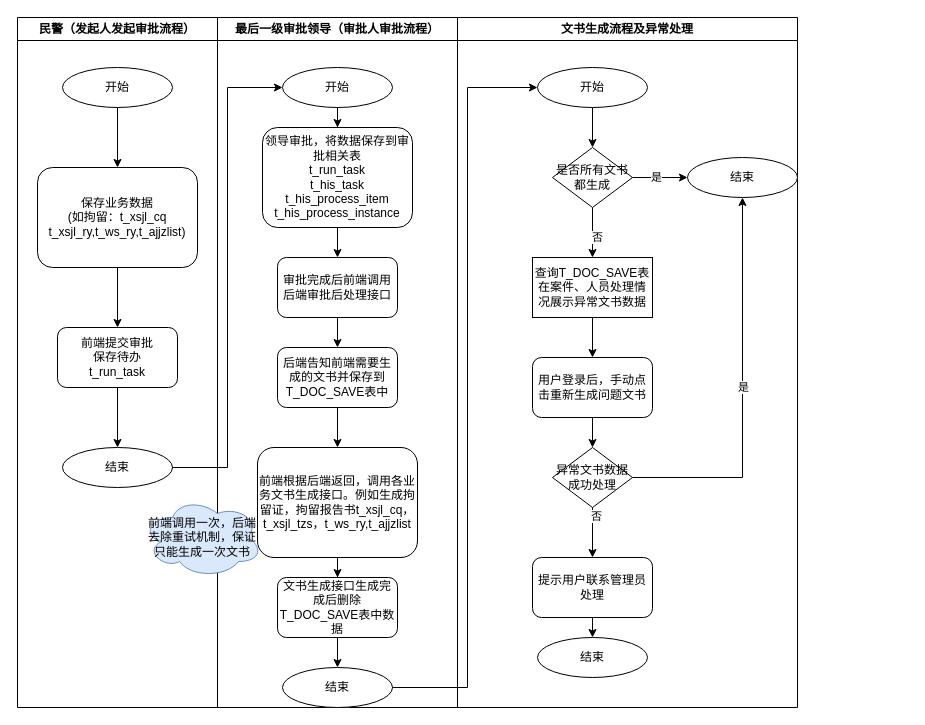
The draw.io diagram 审批流程3.0.drawio in redtomatoL/design, before the edit. Source tidied: cells renumbered, new cells numbered last; positions are measured from the earlier drawing's top-left corner, leaving out a move shared by most shapes. Both pictures are drawn from the tidied source at 100%, with x=0, y=0 at pixel (17, 17).
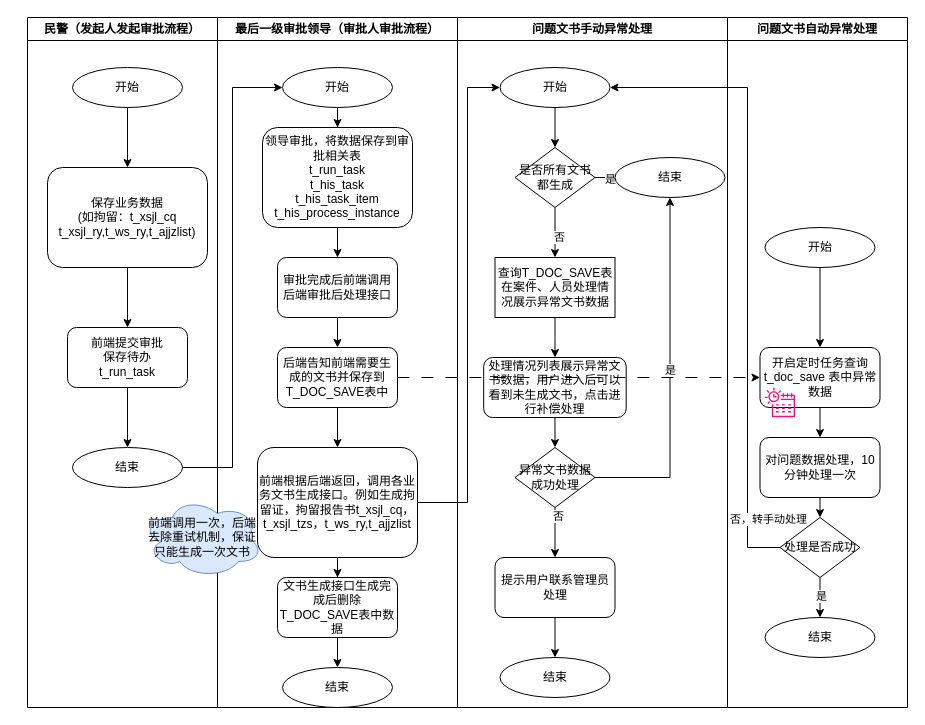
The same page after the edit.

Commit message:
更新审批流程3.0.drawio

Unchanged cells that the change refers to:
```xml
<mxCell id="6" value="保存业务数据&lt;br&gt;(如拘留：t_xsjl_cq&lt;br&gt;&lt;span style=&quot;background-color: initial;&quot;&gt;t_xsjl_ry,t_ws_ry,t_ajjzlist&lt;/span&gt;)" style="rounded=1;whiteSpace=wrap;html=1;" parent="4" vertex="1">
  <mxGeometry x="20" y="150" width="160" height="100" as="geometry" />
</mxCell>
<mxCell id="10" value="最后一级审批领导（审批人审批流程）" style="swimlane;whiteSpace=wrap;html=1;" parent="1" vertex="1">
  <mxGeometry x="200" width="240" height="690" as="geometry" />
</mxCell>
<mxCell id="16" value="后端告知前端需要生成的文书并保存到T_DOC_SAVE表中" style="whiteSpace=wrap;html=1;rounded=1;" parent="10" vertex="1">
  <mxGeometry x="60" y="330" width="120" height="60" as="geometry" />
</mxCell>
<mxCell id="18" value="前端根据后端返回，调用各业务文书生成接口。例如生成拘留证，拘留报告书t_xsjl_cq，&lt;br&gt;t_xsjl_tzs，t_ws_ry,t_ajjzlist" style="whiteSpace=wrap;html=1;rounded=1;" parent="10" vertex="1">
  <mxGeometry x="40" y="430" width="160" height="110" as="geometry" />
</mxCell>
<mxCell id="22" value="结束" style="ellipse;whiteSpace=wrap;html=1;" parent="10" vertex="1">
  <mxGeometry x="65" y="650" width="110" height="40" as="geometry" />
</mxCell>
```

Change to the diagram source:
```diff
@@
-    <mxCell id="2" style="edgeStyle=orthogonalEdgeStyle;rounded=0;jettySize=auto;html=1;" parent="1" edge="1" source="3" target="6">
-      <mxGeometry relative="1" as="geometry" />
-    </mxCell>
-    <mxCell id="3" value="开始" style="ellipse;whiteSpace=wrap;html=1;" parent="1" vertex="1">
-      <mxGeometry x="45" y="50" width="110" height="40" as="geometry" />
-    </mxCell>
     <mxCell id="4" value="民警（发起人发起审批流程）" style="swimlane;whiteSpace=wrap;html=1;" parent="1" vertex="1">
-      <mxGeometry width="200" height="690" as="geometry" />
+      <mxGeometry x="10" width="190" height="690" as="geometry" />
     </mxCell>
@@
+    <mxCell id="3" value="开始" style="ellipse;whiteSpace=wrap;html=1;" parent="4" vertex="1">
+      <mxGeometry x="45" y="50" width="110" height="40" as="geometry" />
+    </mxCell>
+    <mxCell id="2" style="edgeStyle=orthogonalEdgeStyle;rounded=0;jettySize=auto;html=1;" parent="4" edge="1" source="3" target="6">
+      <mxGeometry relative="1" as="geometry" />
+    </mxCell>
@@
-    <mxCell id="13" value="领导审批，将数据保存到审批相关表&lt;br&gt;&lt;div&gt;t_run_task&lt;/div&gt;&lt;div&gt;t_his_task&lt;/div&gt;&lt;div&gt;t_his_process_item&lt;/div&gt;&lt;div&gt;t_his_process_instance&lt;/div&gt;" style="whiteSpace=wrap;html=1;rounded=1;" parent="10" vertex="1">
+    <mxCell id="13" value="领导审批，将数据保存到审批相关表&lt;br&gt;&lt;div&gt;t_run_task&lt;/div&gt;&lt;div&gt;t_his_task&lt;/div&gt;&lt;div&gt;t_his_task_item&lt;/div&gt;&lt;div&gt;t_his_process_instance&lt;/div&gt;" style="whiteSpace=wrap;html=1;rounded=1;" parent="10" vertex="1">
       <mxGeometry x="45" y="110" width="150" height="100" as="geometry" />
     </mxCell>
@@
-    <mxCell id="26" value="文书生成流程及异常处理" style="swimlane;whiteSpace=wrap;html=1;" parent="1" vertex="1">
-      <mxGeometry x="440" width="340" height="690" as="geometry" />
+    <mxCell id="26" value="问题文书手动异常处理" style="swimlane;whiteSpace=wrap;html=1;" parent="1" vertex="1">
+      <mxGeometry x="440" width="270" height="690" as="geometry" />
     </mxCell>
@@
     <mxCell id="28" value="开始" style="ellipse;whiteSpace=wrap;html=1;" parent="26" vertex="1">
-      <mxGeometry x="80" y="50" width="110" height="40" as="geometry" />
+      <mxGeometry x="42.5" y="50" width="110" height="40" as="geometry" />
     </mxCell>
@@
     <mxCell id="33" value="是否所有文书都生成" style="rhombus;whiteSpace=wrap;html=1;" parent="26" vertex="1">
-      <mxGeometry x="95" y="130" width="80" height="60" as="geometry" />
+      <mxGeometry x="57.5" y="130" width="80" height="60" as="geometry" />
     </mxCell>
     <mxCell id="34" value="结束" style="ellipse;whiteSpace=wrap;html=1;" parent="26" vertex="1">
-      <mxGeometry x="230" y="140" width="110" height="40" as="geometry" />
+      <mxGeometry x="157.5" y="140" width="110" height="40" as="geometry" />
     </mxCell>
@@
     <mxCell id="36" value="查询T_DOC_SAVE表在案件、人员处理情况展示异常文书数据" style="whiteSpace=wrap;html=1;" parent="26" vertex="1">
-      <mxGeometry x="75" y="240" width="120" height="60" as="geometry" />
+      <mxGeometry x="37.5" y="240" width="120" height="60" as="geometry" />
     </mxCell>
@@
-    <mxCell id="38" value="用户登录后，手动点击重新生成问题文书" style="rounded=1;whiteSpace=wrap;html=1;" parent="26" vertex="1">
-      <mxGeometry x="75" y="340" width="120" height="60" as="geometry" />
+    <mxCell id="38" value="处理情况列表展示异常文书数据，用户进入后可以看到未生成文书，点击进行补偿处理" style="rounded=1;whiteSpace=wrap;html=1;" parent="26" vertex="1">
+      <mxGeometry x="26.2" y="340" width="142.5" height="60" as="geometry" />
     </mxCell>
@@
     <mxCell id="43" value="异常文书数据成功处理" style="rhombus;whiteSpace=wrap;html=1;" parent="26" vertex="1">
-      <mxGeometry x="95" y="430" width="80" height="60" as="geometry" />
+      <mxGeometry x="57.5" y="430" width="80" height="60" as="geometry" />
     </mxCell>
@@
     <mxCell id="45" value="提示用户联系管理员处理" style="rounded=1;whiteSpace=wrap;html=1;" parent="26" vertex="1">
-      <mxGeometry x="75" y="540" width="120" height="60" as="geometry" />
+      <mxGeometry x="37.5" y="540" width="120" height="60" as="geometry" />
     </mxCell>
     <mxCell id="46" value="结束" style="ellipse;whiteSpace=wrap;html=1;" parent="26" vertex="1">
-      <mxGeometry x="80" y="620" width="110" height="40" as="geometry" />
+      <mxGeometry x="42.5" y="640" width="110" height="40" as="geometry" />
     </mxCell>
-    <mxCell id="47" style="edgeStyle=orthogonalEdgeStyle;rounded=0;jettySize=auto;html=1;exitX=1;exitY=0.5;exitDx=0;exitDy=0;entryX=0;entryY=0.5;entryDx=0;entryDy=0;" parent="1" edge="1" source="22" target="28">
-      <mxGeometry relative="1" as="geometry">
-        <Array as="points">
-          <mxPoint x="450" y="670" />
-          <mxPoint x="450" y="70" />
-        </Array>
-      </mxGeometry>
-    </mxCell>
+    <mxCell id="48" style="edgeStyle=orthogonalEdgeStyle;rounded=0;jettySize=auto;html=1;exitX=1;exitY=0.5;exitDx=0;exitDy=0;entryX=0;entryY=0.5;entryDx=0;entryDy=0;" parent="1" edge="1" source="18" target="28">
+      <mxGeometry relative="1" as="geometry">
+        <Array as="points">
+          <mxPoint x="450" y="485" />
+          <mxPoint x="450" y="70" />
+        </Array>
+      </mxGeometry>
+    </mxCell>
+    <mxCell id="49" value="问题文书自动异常处理" style="swimlane;whiteSpace=wrap;html=1;" parent="1" vertex="1">
+      <mxGeometry x="710" width="180" height="690" as="geometry" />
+    </mxCell>
+    <mxCell id="50" style="edgeStyle=orthogonalEdgeStyle;rounded=0;jettySize=auto;html=1;exitX=0.5;exitY=1;exitDx=0;exitDy=0;" parent="49" edge="1" source="51" target="54">
+      <mxGeometry relative="1" as="geometry" />
+    </mxCell>
+    <mxCell id="51" value="开始" style="ellipse;whiteSpace=wrap;html=1;" parent="49" vertex="1">
+      <mxGeometry x="37.5" y="210" width="110" height="40" as="geometry" />
+    </mxCell>
+    <mxCell id="52" value="结束" style="ellipse;whiteSpace=wrap;html=1;" parent="49" vertex="1">
+      <mxGeometry x="37.5" y="600" width="110" height="40" as="geometry" />
+    </mxCell>
+    <mxCell id="53" style="edgeStyle=orthogonalEdgeStyle;rounded=0;jettySize=auto;html=1;exitX=0.5;exitY=1;exitDx=0;exitDy=0;entryX=0.5;entryY=0;entryDx=0;entryDy=0;" parent="49" edge="1" source="54" target="57">
+      <mxGeometry relative="1" as="geometry" />
+    </mxCell>
+    <mxCell id="54" value="开启定时任务查询t_doc_save 表中异常数据" style="whiteSpace=wrap;html=1;rounded=1;" parent="49" vertex="1">
+      <mxGeometry x="32.5" y="330" width="120" height="60" as="geometry" />
+    </mxCell>
+    <mxCell id="55" style="edgeStyle=orthogonalEdgeStyle;rounded=0;jettySize=auto;html=1;exitX=0.5;exitY=1;exitDx=0;exitDy=0;entryX=0.5;entryY=0;entryDx=0;entryDy=0;" parent="49" edge="1" source="59" target="52">
+      <mxGeometry relative="1" as="geometry" />
+    </mxCell>
+    <mxCell id="56" value="是" style="edgeLabel;html=1;align=center;verticalAlign=middle;" parent="55" vertex="1">
+      <mxGeometry x="-0.1" y="1" relative="1" as="geometry" />
+    </mxCell>
+    <mxCell id="57" value="对问题数据处理，10分钟处理一次" style="whiteSpace=wrap;html=1;rounded=1;" parent="49" vertex="1">
+      <mxGeometry x="32.5" y="420" width="120" height="60" as="geometry" />
+    </mxCell>
+    <mxCell id="58" style="sketch=0;fontColor=#232F3E;gradientColor=none;fillColor=#E7157B;strokeColor=none;dashed=0;verticalLabelPosition=bottom;verticalAlign=top;align=center;html=1;fontSize=12;fontStyle=0;shape=mxgraph.aws4.eventbridge_scheduler;" parent="49" vertex="1">
+      <mxGeometry x="37.5" y="370" width="30" height="30" as="geometry" />
+    </mxCell>
+    <mxCell id="59" value="处理是否成功" style="rhombus;whiteSpace=wrap;html=1;" parent="49" vertex="1">
+      <mxGeometry x="52.5" y="500" width="80" height="60" as="geometry" />
+    </mxCell>
+    <mxCell id="60" style="edgeStyle=orthogonalEdgeStyle;rounded=0;jettySize=auto;html=1;exitX=0.5;exitY=1;exitDx=0;exitDy=0;entryX=0.5;entryY=0;entryDx=0;entryDy=0;" parent="49" edge="1" source="57" target="59">
+      <mxGeometry relative="1" as="geometry" />
+    </mxCell>
+    <mxCell id="61" style="edgeStyle=orthogonalEdgeStyle;rounded=0;jettySize=auto;html=1;exitX=1;exitY=0.5;exitDx=0;exitDy=0;dashed=1;dashPattern=12 12;" parent="1" edge="1" source="16" target="54">
+      <mxGeometry relative="1" as="geometry" />
+    </mxCell>
+    <mxCell id="62" style="edgeStyle=orthogonalEdgeStyle;rounded=0;jettySize=auto;html=1;exitX=0;exitY=0.5;exitDx=0;exitDy=0;entryX=1;entryY=0.5;entryDx=0;entryDy=0;" parent="1" edge="1" source="59" target="28">
+      <mxGeometry relative="1" as="geometry">
+        <Array as="points">
+          <mxPoint x="730" y="530" />
+          <mxPoint x="730" y="70" />
+        </Array>
+      </mxGeometry>
+    </mxCell>
+    <mxCell id="63" value="否，转手动处理" style="edgeLabel;html=1;align=center;verticalAlign=middle;" parent="62" vertex="1">
+      <mxGeometry x="-0.06" y="-1" relative="1" as="geometry">
+        <mxPoint x="19" y="235" as="offset" />
+      </mxGeometry>
+    </mxCell>
```
